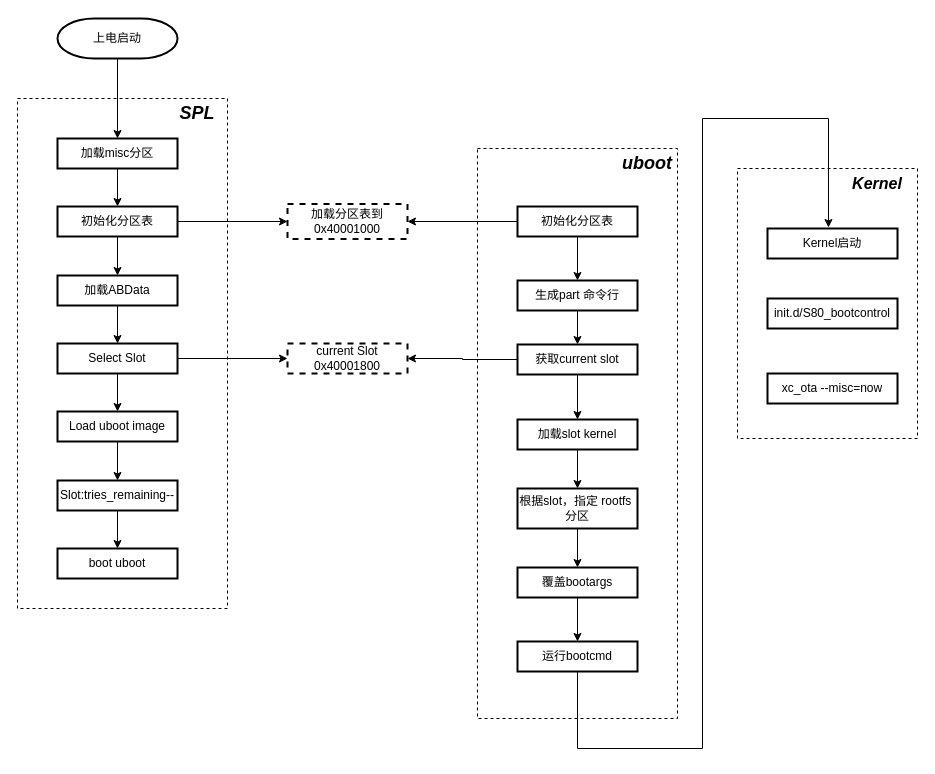
Before: page "boot" (5 of 5) of AB_upgrade.drawio in joliet0l/Diagram, a draw.io diagram. Source tidied: cells renumbered, new cells numbered last; positions are measured from the earlier drawing's top-left corner, leaving out a move shared by most shapes. Both pictures are drawn from the tidied source at 100%, with x=0, y=0 at pixel (17, 18).
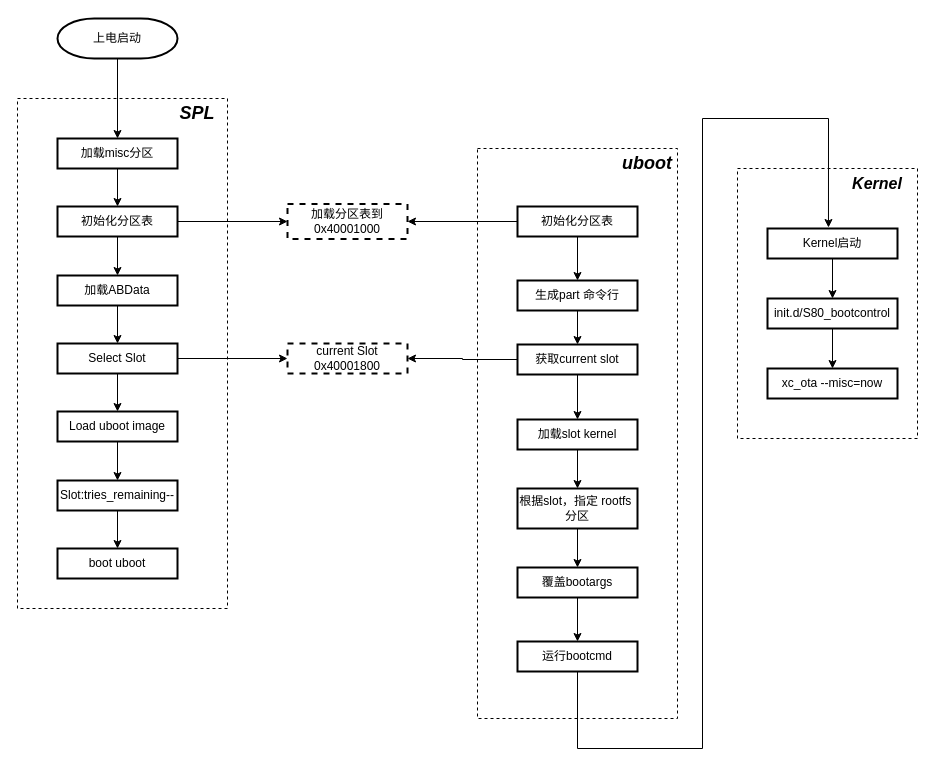
The same page after the edit.

Unchanged cells that the change refers to:
```xml
<mxCell id="39" value="Kernel启动" style="whiteSpace=wrap;html=1;strokeWidth=2;" parent="1" vertex="1">
  <mxGeometry x="750" y="210" width="130" height="30" as="geometry" />
</mxCell>
<mxCell id="40" value="init.d/S80_bootcontrol" style="whiteSpace=wrap;html=1;strokeWidth=2;" parent="1" vertex="1">
  <mxGeometry x="750" y="280" width="130" height="30" as="geometry" />
</mxCell>
```

What changed in the source:
```diff
@@
+    <mxCell id="46" style="edgeStyle=orthogonalEdgeStyle;rounded=0;jettySize=auto;html=1;entryX=0.5;entryY=0;entryDx=0;entryDy=0;" parent="1" edge="1" source="39" target="40">
+      <mxGeometry relative="1" as="geometry" />
+    </mxCell>
@@
+    <mxCell id="47" style="edgeStyle=orthogonalEdgeStyle;rounded=0;jettySize=auto;html=1;" parent="1" edge="1" source="40" target="41">
+      <mxGeometry relative="1" as="geometry" />
+    </mxCell>
@@
     <mxCell id="41" value="xc_ota --misc=now" style="whiteSpace=wrap;html=1;strokeWidth=2;" parent="1" vertex="1">
-      <mxGeometry x="750" y="355" width="130" height="30" as="geometry" />
+      <mxGeometry x="750" y="350" width="130" height="30" as="geometry" />
     </mxCell>
```
